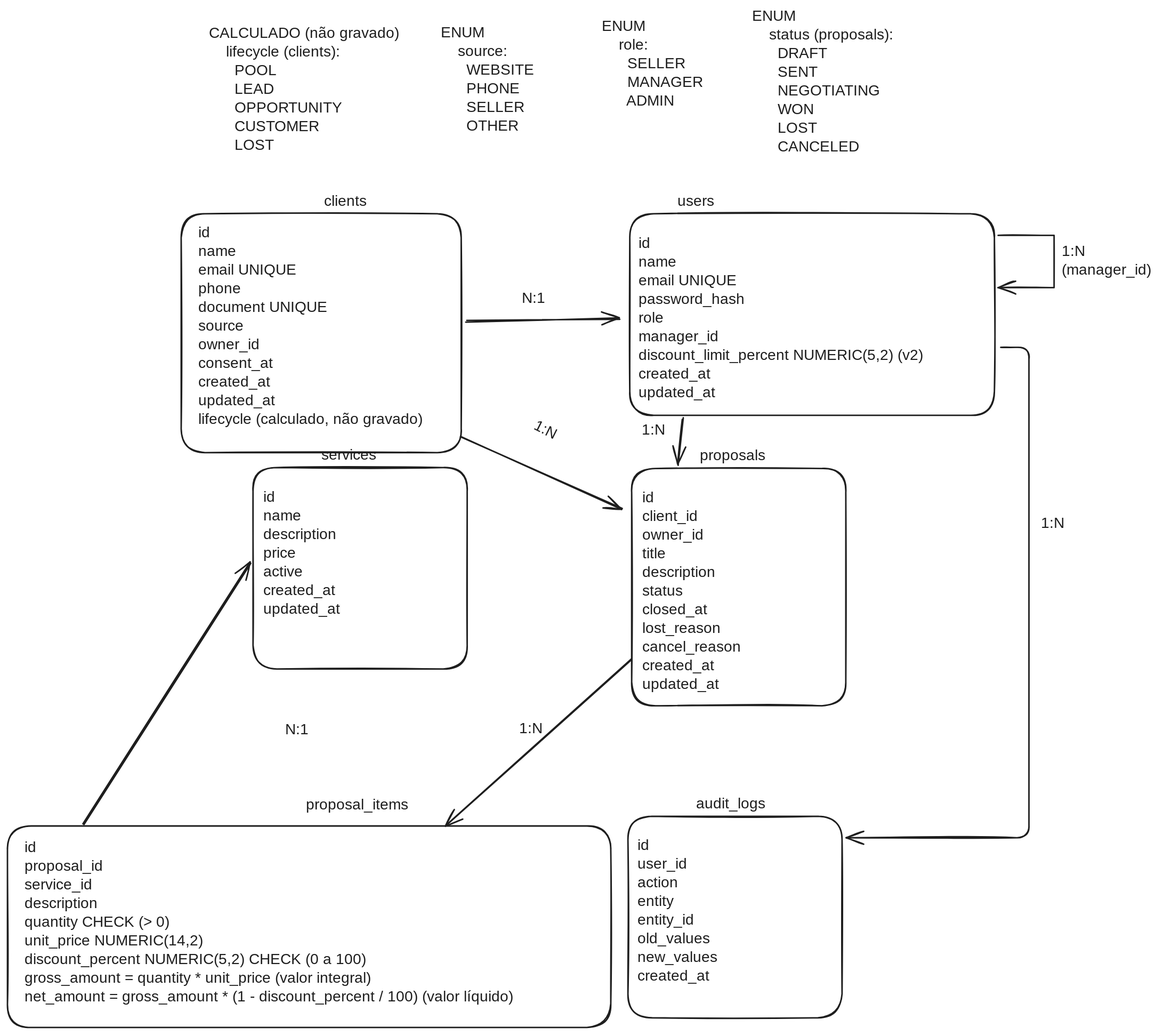
Above: docs/diagrams/domain-model.excalidraw.svg in devpabloh/crm-vendas-back-end (Excalidraw), before the change. Source tidied: one line per element, renumbered; positions are measured from the earlier drawing's top-left corner, leaving out a move shared by most shapes. Its diagram source:
```json
{"id": 0, "type": "rectangle", "strokeColor": "#1e1e1e", "strokeWidth": 2, "roughness": 1, "round": true, "x": 233, "y": 276, "width": 375, "height": 320}
{"id": 1, "type": "text", "text": "clients", "strokeColor": "#1e1e1e", "strokeWidth": 2, "roughness": 1, "fontSize": 20, "fontFamily": 5, "x": 424, "y": 248, "width": 63, "height": 25}
{"id": 2, "type": "text", "text": "id\nname\nemail UNIQUE\nphone\ndocument UNIQUE\nsource\nowner_id\nconsent_at\ncreated_at\nupdated_at\nlifecycle (calculado, não gravado)", "strokeColor": "#1e1e1e", "strokeWidth": 2, "roughness": 1, "fontSize": 20, "fontFamily": 5, "x": 256, "y": 290, "width": 357, "height": 275}
{"id": 3, "type": "rectangle", "strokeColor": "#1e1e1e", "strokeWidth": 2, "roughness": 1, "round": true, "x": 834, "y": 276, "width": 489, "height": 270}
{"id": 4, "type": "text", "text": "ENUM\n    source:\n      WEBSITE\n      PHONE\n      SELLER\n      OTHER\n      ", "strokeColor": "#1e1e1e", "strokeWidth": 2, "roughness": 1, "fontSize": 20, "fontFamily": 5, "x": 581, "y": 22, "width": 148, "height": 175}
{"id": 5, "type": "text", "text": "users", "strokeColor": "#1e1e1e", "strokeWidth": 2, "roughness": 1, "fontSize": 20, "fontFamily": 5, "x": 898, "y": 248, "width": 52, "height": 25}
{"id": 6, "type": "text", "text": "id\nname\nemail UNIQUE\npassword_hash\nrole\nmanager_id\ndiscount_limit_percent NUMERIC(5,2) (v2)\ncreated_at\nupdated_at", "strokeColor": "#1e1e1e", "strokeWidth": 2, "roughness": 1, "fontSize": 20, "fontFamily": 5, "x": 846, "y": 304, "width": 420, "height": 225}
{"id": 7, "type": "arrow", "strokeColor": "#1e1e1e", "strokeWidth": 2, "roughness": 1, "endArrowhead": "arrow", "round": true, "from": 0, "to": 6, "x": 615, "y": 420, "width": 205, "height": 2, "points": [[0, 0], [205, -2]]}
{"id": 8, "type": "text", "text": "N:1", "strokeColor": "#1e1e1e", "strokeWidth": 2, "roughness": 1, "fontSize": 20, "fontFamily": 5, "x": 689, "y": 378, "width": 26, "height": 25}
{"id": 9, "type": "text", "text": "ENUM\n    role:\n      SELLER\n      MANAGER\n      ADMIN\n      ", "strokeColor": "#1e1e1e", "strokeWidth": 2, "roughness": 1, "fontSize": 20, "fontFamily": 5, "x": 796, "y": 14, "width": 146, "height": 150}
{"id": 10, "type": "rectangle", "strokeColor": "#1e1e1e", "strokeWidth": 2, "roughness": 1, "round": true, "x": 329, "y": 616, "width": 287, "height": 270}
{"id": 11, "type": "text", "text": "services", "strokeColor": "#1e1e1e", "strokeWidth": 2, "roughness": 1, "fontSize": 20, "fontFamily": 5, "x": 421, "y": 588, "width": 77, "height": 25}
{"id": 12, "type": "rectangle", "strokeColor": "#1e1e1e", "strokeWidth": 2, "roughness": 1, "round": true, "x": 837, "y": 618, "width": 287, "height": 318}
{"id": 13, "type": "text", "text": "proposals", "strokeColor": "#1e1e1e", "strokeWidth": 2, "roughness": 1, "fontSize": 20, "fontFamily": 5, "x": 928, "y": 589, "width": 91, "height": 25}
{"id": 14, "type": "rectangle", "strokeColor": "#1e1e1e", "strokeWidth": 2, "roughness": 1, "round": true, "x": 0, "y": 1097, "width": 809, "height": 270}
{"id": 15, "type": "text", "text": "proposal_items", "strokeColor": "#1e1e1e", "strokeWidth": 2, "roughness": 1, "fontSize": 20, "fontFamily": 5, "x": 400, "y": 1057, "width": 145, "height": 25}
{"id": 16, "type": "rectangle", "strokeColor": "#1e1e1e", "strokeWidth": 2, "roughness": 1, "round": true, "x": 832, "y": 1084, "width": 287, "height": 270}
{"id": 17, "type": "text", "text": "audit_logs", "strokeColor": "#1e1e1e", "strokeWidth": 2, "roughness": 1, "fontSize": 20, "fontFamily": 5, "x": 923, "y": 1055, "width": 102, "height": 25}
{"id": 18, "type": "text", "text": "id\nname\ndescription\nprice\nactive\ncreated_at\nupdated_at", "strokeColor": "#1e1e1e", "strokeWidth": 2, "roughness": 1, "fontSize": 20, "fontFamily": 5, "x": 343, "y": 644, "width": 115, "height": 175}
{"id": 19, "type": "arrow", "strokeColor": "#1e1e1e", "strokeWidth": 2, "roughness": 1, "endArrowhead": "arrow", "round": true, "from": 12, "to": 14, "x": 836, "y": 873, "width": 248, "height": 223, "points": [[0, 0], [-248, 223]]}
{"id": 20, "type": "text", "text": "1:N", "strokeColor": "#1e1e1e", "strokeWidth": 2, "roughness": 1, "fontSize": 20, "fontFamily": 5, "x": 686, "y": 954, "width": 26, "height": 25}
{"id": 21, "type": "text", "text": "id\nclient_id\nowner_id\ntitle\ndescription\nstatus\nclosed_at\nlost_reason\ncancel_reason\ncreated_at\nupdated_at", "strokeColor": "#1e1e1e", "strokeWidth": 2, "roughness": 1, "fontSize": 20, "fontFamily": 5, "x": 851, "y": 645, "width": 134, "height": 275}
{"id": 22, "type": "text", "text": "id\nproposal_id\nservice_id\ndescription\nquantity CHECK (> 0)\nunit_price NUMERIC(14,2)\ndiscount_percent NUMERIC(5,2) CHECK (0 a 100)\ngross_amount = quantity * unit_price (valor integral)\nnet_amount = gross_amount * (1 - discount_percent / 100) (valor líquido)", "strokeColor": "#1e1e1e", "strokeWidth": 2, "roughness": 1, "fontSize": 20, "fontFamily": 5, "x": 23, "y": 1114, "width": 756, "height": 225}
{"id": 23, "type": "arrow", "strokeColor": "#1e1e1e", "strokeWidth": 2, "roughness": 1, "endArrowhead": "arrow", "round": true, "from": 14, "to": 10, "x": 103, "y": 1095, "width": 223, "height": 350, "points": [[0, 0], [223, -350]]}
{"id": 24, "type": "text", "text": "N:1", "strokeColor": "#1e1e1e", "strokeWidth": 2, "roughness": 1, "fontSize": 20, "fontFamily": 5, "x": 372, "y": 956, "width": 26, "height": 25}
{"id": 25, "type": "text", "text": "id\nuser_id\naction\nentity\nentity_id\nold_values\nnew_values\ncreated_at", "strokeColor": "#1e1e1e", "strokeWidth": 2, "roughness": 1, "fontSize": 20, "fontFamily": 5, "x": 844, "y": 1111, "width": 110, "height": 200}
{"id": 26, "type": "arrow", "strokeColor": "#1e1e1e", "strokeWidth": 2, "roughness": 1, "endArrowhead": "arrow", "round": true, "from": 3, "to": 12, "x": 906, "y": 550, "width": 7, "height": 63, "points": [[0, 0], [-7, 63]]}
{"id": 27, "type": "text", "text": "1:N", "strokeColor": "#1e1e1e", "strokeWidth": 2, "roughness": 1, "fontSize": 20, "fontFamily": 5, "x": 850, "y": 554, "width": 26, "height": 25}
{"id": 28, "type": "arrow", "strokeColor": "#1e1e1e", "strokeWidth": 2, "roughness": 1, "endArrowhead": "arrow", "round": true, "from": 0, "to": 21, "x": 608, "y": 576, "width": 216, "height": 96, "points": [[0, 0], [216, 96]]}
{"id": 29, "type": "text", "text": "1:N", "strokeColor": "#1e1e1e", "angle": 0.46, "strokeWidth": 2, "roughness": 1, "fontSize": 20, "fontFamily": 5, "x": 705, "y": 553, "width": 26, "height": 25}
{"id": 30, "type": "arrow", "strokeColor": "#1e1e1e", "strokeWidth": 2, "roughness": 1, "endArrowhead": "arrow", "from": 3, "to": 16, "x": 1331, "y": 455, "width": 245, "height": 657, "points": [[0, 0], [38, 0], [38, 657], [-207, 657]]}
{"id": 31, "type": "text", "text": "1:N", "strokeColor": "#1e1e1e", "strokeWidth": 2, "roughness": 1, "fontSize": 20, "fontFamily": 5, "x": 1385, "y": 680, "width": 26, "height": 25}
{"id": 32, "type": "text", "text": "ENUM\n    status (proposals):\n      DRAFT\n      SENT\n      NEGOTIATING\n      WON\n      LOST\n      CANCELED", "strokeColor": "#1e1e1e", "strokeWidth": 2, "roughness": 1, "fontSize": 20, "fontFamily": 5, "x": 998, "y": 0, "width": 220, "height": 200}
{"id": 33, "type": "text", "text": "CALCULADO (não gravado)\n    lifecycle (clients):\n      POOL\n      LEAD\n      OPPORTUNITY\n      CUSTOMER\n      LOST", "strokeColor": "#1e1e1e", "strokeWidth": 2, "roughness": 1, "fontSize": 20, "fontFamily": 5, "x": 270, "y": 23, "width": 252, "height": 175}
{"id": 34, "type": "arrow", "strokeColor": "#1e1e1e", "strokeWidth": 2, "roughness": 1, "endArrowhead": "arrow", "from": 3, "to": 3, "x": 1328, "y": 305, "width": 75, "height": 70, "points": [[0, 0], [75, 0], [75, 70], [0, 70]]}
{"id": 35, "type": "text", "text": "1:N\n(manager_id)", "strokeColor": "#1e1e1e", "strokeWidth": 2, "roughness": 1, "fontSize": 20, "fontFamily": 5, "x": 1413, "y": 315, "width": 126, "height": 50}
```
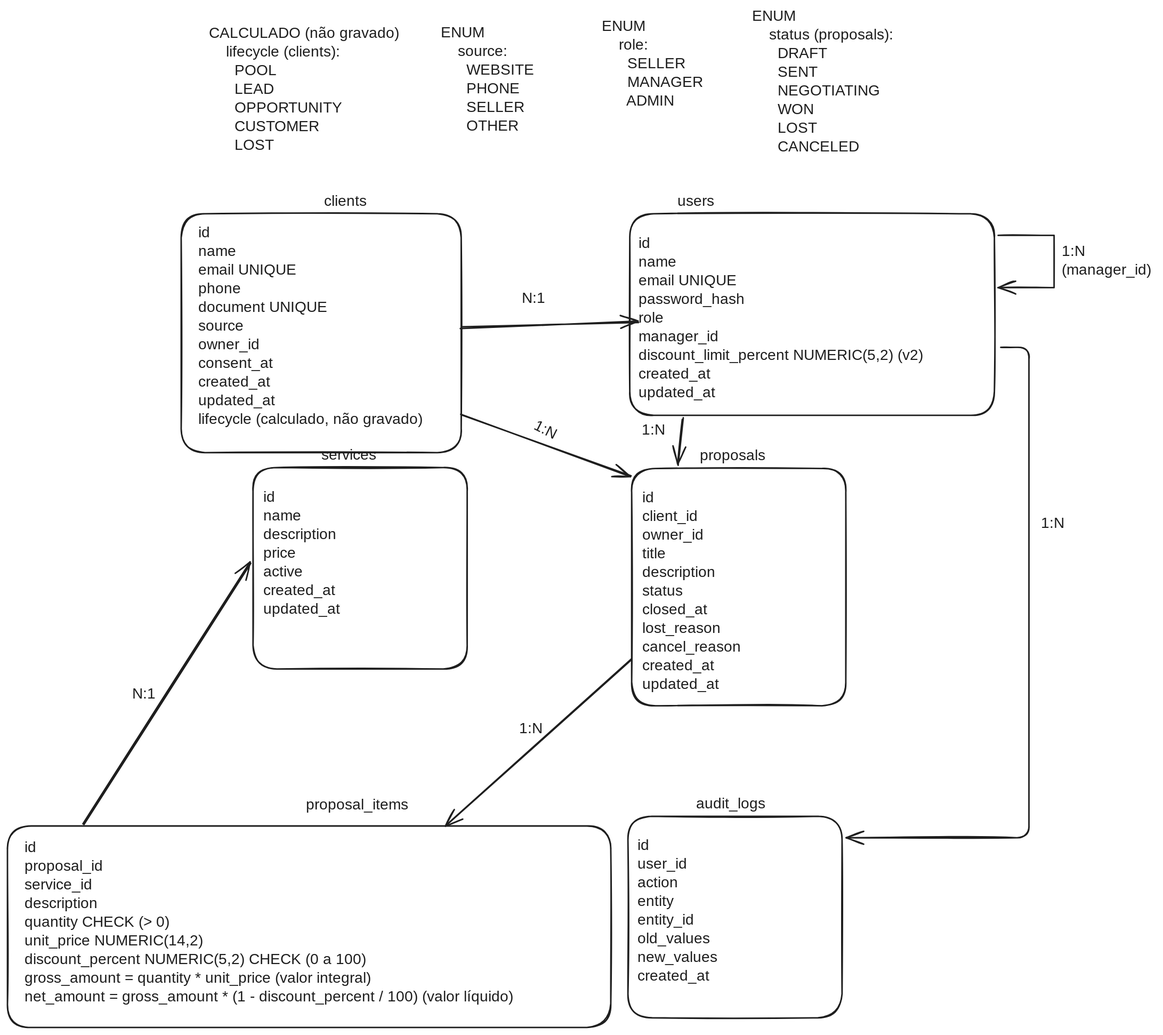
The same diagram one commit later.

What changed in the source:
```diff
@@ -5,7 +5,7 @@
 {"id": 4, "type": "text", "text": "ENUM\n    source:\n      WEBSITE\n      PHONE\n      SELLER\n      OTHER\n      ", "strokeColor": "#1e1e1e", "strokeWidth": 2, "roughness": 1, "fontSize": 20, "fontFamily": 5, "x": 581, "y": 22, "width": 148, "height": 175}
 {"id": 5, "type": "text", "text": "users", "strokeColor": "#1e1e1e", "strokeWidth": 2, "roughness": 1, "fontSize": 20, "fontFamily": 5, "x": 898, "y": 248, "width": 52, "height": 25}
 {"id": 6, "type": "text", "text": "id\nname\nemail UNIQUE\npassword_hash\nrole\nmanager_id\ndiscount_limit_percent NUMERIC(5,2) (v2)\ncreated_at\nupdated_at", "strokeColor": "#1e1e1e", "strokeWidth": 2, "roughness": 1, "fontSize": 20, "fontFamily": 5, "x": 846, "y": 304, "width": 420, "height": 225}
-{"id": 7, "type": "arrow", "strokeColor": "#1e1e1e", "strokeWidth": 2, "roughness": 1, "endArrowhead": "arrow", "round": true, "from": 0, "to": 6, "x": 615, "y": 420, "width": 205, "height": 2, "points": [[0, 0], [205, -2]]}
+{"id": 7, "type": "arrow", "strokeColor": "#1e1e1e", "strokeWidth": 2, "roughness": 1, "endArrowhead": "arrow", "round": true, "from": 0, "to": 6, "x": 608, "y": 428, "width": 237, "height": 7, "points": [[0, 0], [237, -7]]}
 {"id": 8, "type": "text", "text": "N:1", "strokeColor": "#1e1e1e", "strokeWidth": 2, "roughness": 1, "fontSize": 20, "fontFamily": 5, "x": 689, "y": 378, "width": 26, "height": 25}
 {"id": 9, "type": "text", "text": "ENUM\n    role:\n      SELLER\n      MANAGER\n      ADMIN\n      ", "strokeColor": "#1e1e1e", "strokeWidth": 2, "roughness": 1, "fontSize": 20, "fontFamily": 5, "x": 796, "y": 14, "width": 146, "height": 150}
 {"id": 10, "type": "rectangle", "strokeColor": "#1e1e1e", "strokeWidth": 2, "roughness": 1, "round": true, "x": 329, "y": 616, "width": 287, "height": 270}
@@ -20,13 +20,13 @@
 {"id": 19, "type": "arrow", "strokeColor": "#1e1e1e", "strokeWidth": 2, "roughness": 1, "endArrowhead": "arrow", "round": true, "from": 12, "to": 14, "x": 836, "y": 873, "width": 248, "height": 223, "points": [[0, 0], [-248, 223]]}
 {"id": 20, "type": "text", "text": "1:N", "strokeColor": "#1e1e1e", "strokeWidth": 2, "roughness": 1, "fontSize": 20, "fontFamily": 5, "x": 686, "y": 954, "width": 26, "height": 25}
 {"id": 21, "type": "text", "text": "id\nclient_id\nowner_id\ntitle\ndescription\nstatus\nclosed_at\nlost_reason\ncancel_reason\ncreated_at\nupdated_at", "strokeColor": "#1e1e1e", "strokeWidth": 2, "roughness": 1, "fontSize": 20, "fontFamily": 5, "x": 851, "y": 645, "width": 134, "height": 275}
-{"id": 22, "type": "text", "text": "id\nproposal_id\nservice_id\ndescription\nquantity CHECK (> 0)\nunit_price NUMERIC(14,2)\ndiscount_percent NUMERIC(5,2) CHECK (0 a 100)\ngross_amount = quantity * unit_price (valor integral)\nnet_amount = gross_amount * (1 - discount_percent / 100) (valor líquido)", "strokeColor": "#1e1e1e", "strokeWidth": 2, "roughness": 1, "fontSize": 20, "fontFamily": 5, "x": 23, "y": 1114, "width": 756, "height": 225}
+{"id": 22, "type": "text", "text": "id\nproposal_id\nservice_id\ndescription\nquantity CHECK (> 0)\nunit_price NUMERIC(14,2)\ndiscount_percent NUMERIC(5,2) CHECK (0 a 100)\ngross_amount = quantity * unit_price (valor integral)\nnet_amount = gross_amount * (1 - discount_percent / 100) (valor líquido)", "strokeColor": "#1e1e1e", "strokeWidth": 2, "roughness": 1, "fontSize": 20, "fontFamily": 5, "x": 23, "y": 1114, "width": 722, "height": 225}
 {"id": 23, "type": "arrow", "strokeColor": "#1e1e1e", "strokeWidth": 2, "roughness": 1, "endArrowhead": "arrow", "round": true, "from": 14, "to": 10, "x": 103, "y": 1095, "width": 223, "height": 350, "points": [[0, 0], [223, -350]]}
-{"id": 24, "type": "text", "text": "N:1", "strokeColor": "#1e1e1e", "strokeWidth": 2, "roughness": 1, "fontSize": 20, "fontFamily": 5, "x": 372, "y": 956, "width": 26, "height": 25}
+{"id": 24, "type": "text", "text": "N:1", "strokeColor": "#1e1e1e", "strokeWidth": 2, "roughness": 1, "fontSize": 20, "fontFamily": 5, "x": 167, "y": 908, "width": 26, "height": 25}
 {"id": 25, "type": "text", "text": "id\nuser_id\naction\nentity\nentity_id\nold_values\nnew_values\ncreated_at", "strokeColor": "#1e1e1e", "strokeWidth": 2, "roughness": 1, "fontSize": 20, "fontFamily": 5, "x": 844, "y": 1111, "width": 110, "height": 200}
 {"id": 26, "type": "arrow", "strokeColor": "#1e1e1e", "strokeWidth": 2, "roughness": 1, "endArrowhead": "arrow", "round": true, "from": 3, "to": 12, "x": 906, "y": 550, "width": 7, "height": 63, "points": [[0, 0], [-7, 63]]}
 {"id": 27, "type": "text", "text": "1:N", "strokeColor": "#1e1e1e", "strokeWidth": 2, "roughness": 1, "fontSize": 20, "fontFamily": 5, "x": 850, "y": 554, "width": 26, "height": 25}
-{"id": 28, "type": "arrow", "strokeColor": "#1e1e1e", "strokeWidth": 2, "roughness": 1, "endArrowhead": "arrow", "round": true, "from": 0, "to": 21, "x": 608, "y": 576, "width": 216, "height": 96, "points": [[0, 0], [216, 96]]}
+{"id": 28, "type": "arrow", "strokeColor": "#1e1e1e", "strokeWidth": 2, "roughness": 1, "endArrowhead": "arrow", "round": true, "from": 2, "to": 21, "x": 608, "y": 546, "width": 228, "height": 82, "points": [[0, 0], [228, 82]]}
 {"id": 29, "type": "text", "text": "1:N", "strokeColor": "#1e1e1e", "angle": 0.46, "strokeWidth": 2, "roughness": 1, "fontSize": 20, "fontFamily": 5, "x": 705, "y": 553, "width": 26, "height": 25}
 {"id": 30, "type": "arrow", "strokeColor": "#1e1e1e", "strokeWidth": 2, "roughness": 1, "endArrowhead": "arrow", "from": 3, "to": 16, "x": 1331, "y": 455, "width": 245, "height": 657, "points": [[0, 0], [38, 0], [38, 657], [-207, 657]]}
 {"id": 31, "type": "text", "text": "1:N", "strokeColor": "#1e1e1e", "strokeWidth": 2, "roughness": 1, "fontSize": 20, "fontFamily": 5, "x": 1385, "y": 680, "width": 26, "height": 25}
```
